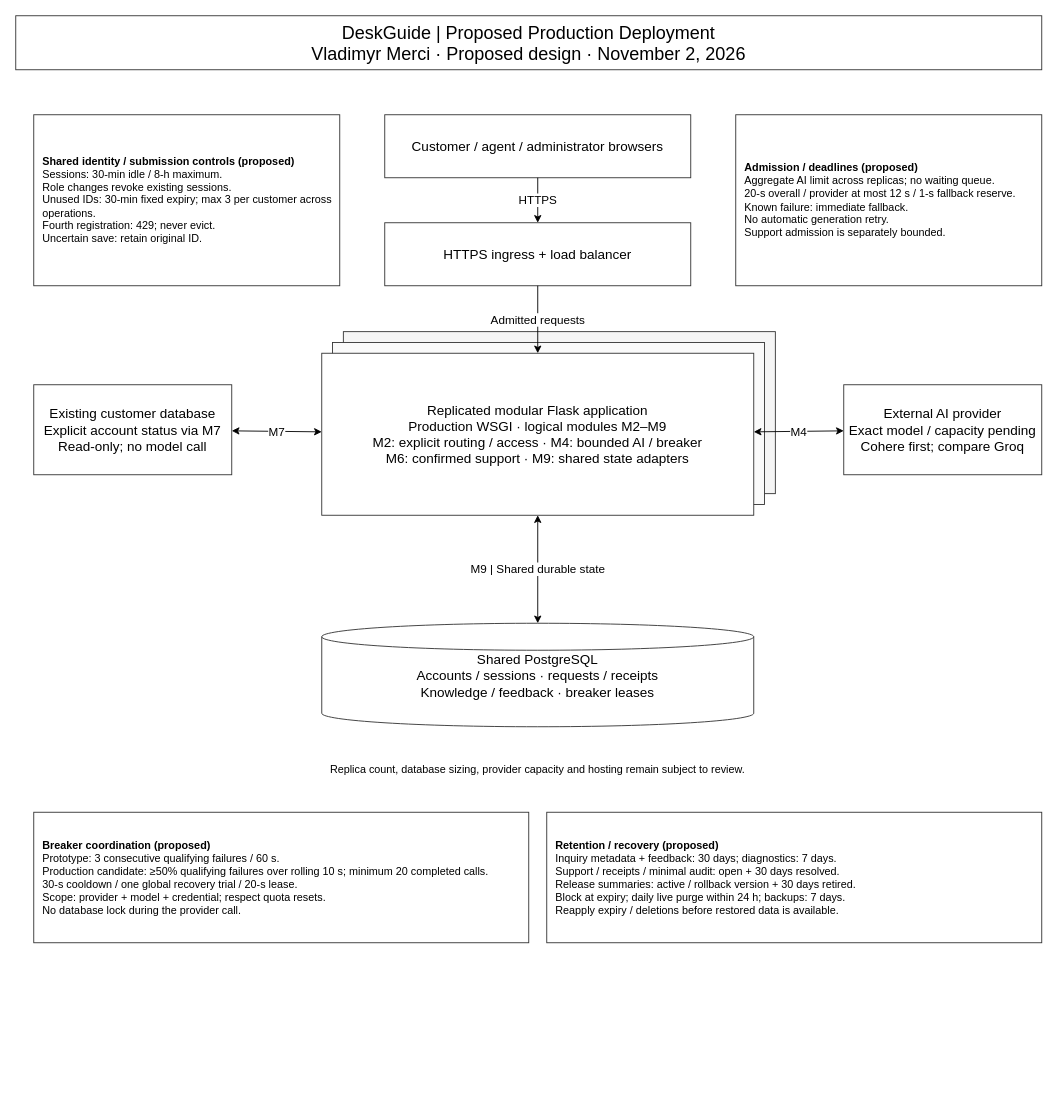
Before: page "Production deployment" (2 of 2) of docs/unit-3/architecture-first-draft/deskguide-unit-3-architecture.drawio in vlad8110/deskguide, a draw.io diagram. Source tidied: cells renumbered, new cells numbered last; positions are measured from the earlier drawing's top-left corner, leaving out a move shared by most shapes. Both pictures are drawn from the tidied source at 90%, with x=0, y=0 at pixel (15, 15).
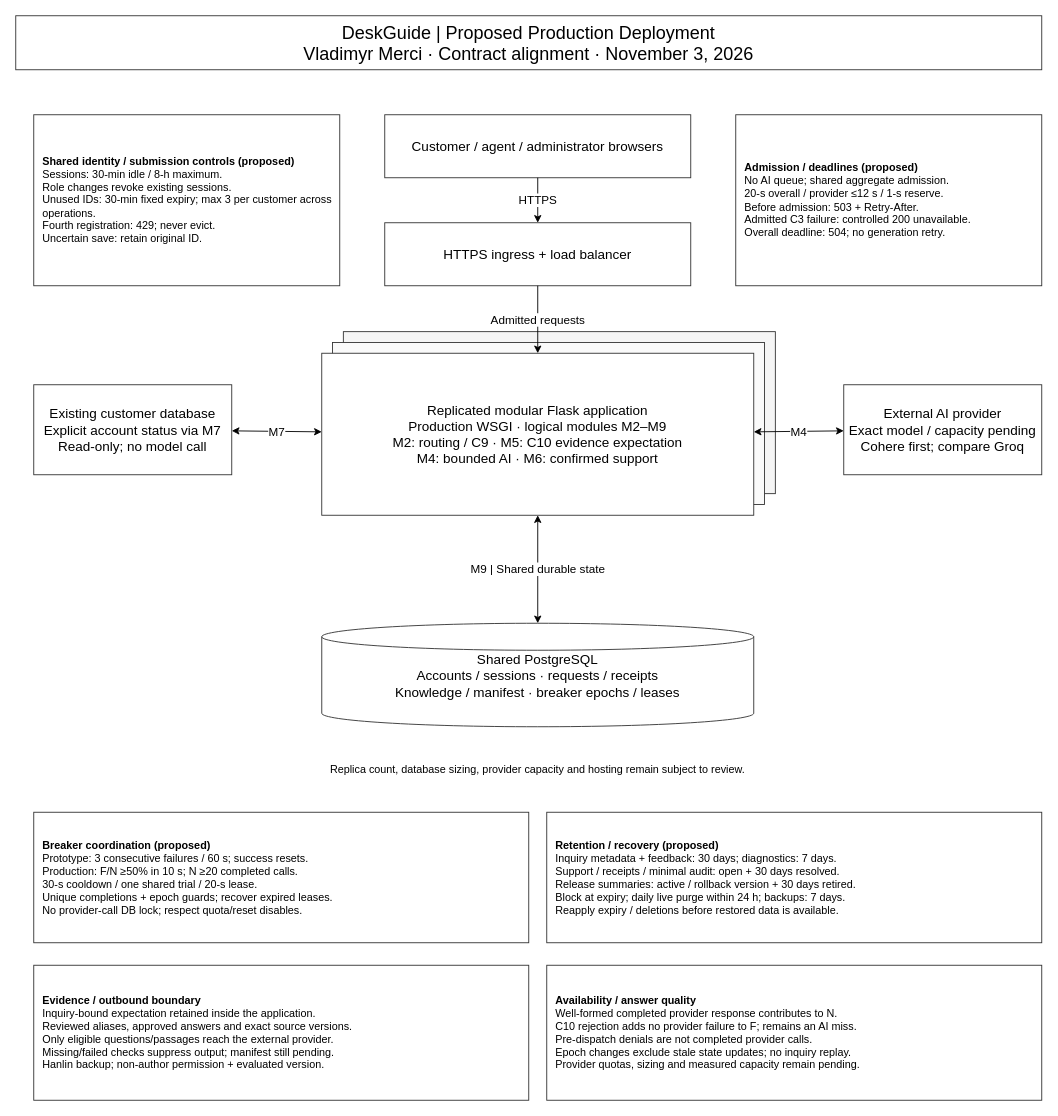
After the change.

Commit message (it also covers changes not shown here):
docs(unit3): align shared diagrams with combined contracts

The edit, as a diff of the source:
```diff
@@
-    <mxCell id="2" value="DeskGuide | Proposed Production Deployment&lt;br&gt;Vladimyr Merci · Proposed design · November 2, 2026" style="rounded=0;whiteSpace=wrap;html=1;fontFamily=Arial;fontSize=15;fontColor=#000000;strokeColor=#333333;fillColor=#FFFFFF;fontSize=20;" parent="1" vertex="1">
+    <mxCell id="2" value="DeskGuide | Proposed Production Deployment&lt;br&gt;Vladimyr Merci · Contract alignment · November 3, 2026" style="rounded=0;whiteSpace=wrap;html=1;fontFamily=Arial;fontSize=15;fontColor=#000000;strokeColor=#333333;fillColor=#FFFFFF;fontSize=20;" parent="1" vertex="1">
       <mxGeometry width="1140" height="60" as="geometry" />
     </mxCell>
@@
-    <mxCell id="7" value="Replicated modular Flask application&lt;br&gt;Production WSGI · logical modules M2–M9&lt;br&gt;M2: explicit routing / access · M4: bounded AI / breaker&lt;br&gt;M6: confirmed support · M9: shared state adapters" style="rounded=0;whiteSpace=wrap;html=1;fontFamily=Arial;fontSize=15;fontColor=#000000;strokeColor=#333333;fillColor=#FFFFFF;" parent="1" vertex="1">
+    <mxCell id="7" value="Replicated modular Flask application&lt;br&gt;Production WSGI · logical modules M2–M9&lt;br&gt;M2: routing / C9 · M5: C10 evidence expectation&lt;br&gt;M4: bounded AI · M6: confirmed support" style="rounded=0;whiteSpace=wrap;html=1;fontFamily=Arial;fontSize=15;fontColor=#000000;strokeColor=#333333;fillColor=#FFFFFF;" parent="1" vertex="1">
       <mxGeometry x="340" y="375" width="480" height="180" as="geometry" />
     </mxCell>
@@
-    <mxCell id="10" value="Shared PostgreSQL&lt;br&gt;Accounts / sessions · requests / receipts&lt;br&gt;Knowledge / feedback · breaker leases" style="rounded=0;whiteSpace=wrap;html=1;fontFamily=Arial;fontSize=15;fontColor=#000000;strokeColor=#333333;fillColor=#FFFFFF;shape=cylinder3;size=15;" parent="1" vertex="1">
+    <mxCell id="10" value="Shared PostgreSQL&lt;br&gt;Accounts / sessions · requests / receipts&lt;br&gt;Knowledge / manifest · breaker epochs / leases" style="rounded=0;whiteSpace=wrap;html=1;fontFamily=Arial;fontSize=15;fontColor=#000000;strokeColor=#333333;fillColor=#FFFFFF;shape=cylinder3;size=15;" parent="1" vertex="1">
       <mxGeometry x="340" y="675" width="480" height="115" as="geometry" />
     </mxCell>
@@
-    <mxCell id="18" value="&lt;b&gt;Admission / deadlines (proposed)&lt;/b&gt;&lt;br&gt;Aggregate AI limit across replicas; no waiting queue.&lt;br&gt;20-s overall / provider at most 12 s / 1-s fallback reserve.&lt;br&gt;Known failure: immediate fallback.&lt;br&gt;No automatic generation retry.&lt;br&gt;Support admission is separately bounded." style="rounded=0;whiteSpace=wrap;html=1;fontFamily=Arial;fontSize=12;fontColor=#000000;strokeColor=#333333;fillColor=#FFFFFF;align=left;verticalAlign=middle;spacing=10;" parent="1" vertex="1">
+    <mxCell id="18" value="&lt;b&gt;Admission / deadlines (proposed)&lt;/b&gt;&lt;br&gt;No AI queue; shared aggregate admission.&lt;br&gt;20-s overall / provider ≤12 s / 1-s reserve.&lt;br&gt;Before admission: 503 + Retry-After.&lt;br&gt;Admitted C3 failure: controlled 200 unavailable.&lt;br&gt;Overall deadline: 504; no generation retry." style="rounded=0;whiteSpace=wrap;html=1;fontFamily=Arial;fontSize=12;fontColor=#000000;strokeColor=#333333;fillColor=#FFFFFF;align=left;verticalAlign=middle;spacing=10;" parent="1" vertex="1">
       <mxGeometry x="800" y="110" width="340" height="190" as="geometry" />
     </mxCell>
-    <mxCell id="19" value="&lt;b&gt;Breaker coordination (proposed)&lt;/b&gt;&lt;br&gt;Prototype: 3 consecutive qualifying failures / 60 s.&lt;br&gt;Production candidate: ≥50% qualifying failures over rolling 10 s; minimum 20 completed calls.&lt;br&gt;30-s cooldown / one global recovery trial / 20-s lease.&lt;br&gt;Scope: provider + model + credential; respect quota resets.&lt;br&gt;No database lock during the provider call." style="rounded=0;whiteSpace=wrap;html=1;fontFamily=Arial;fontSize=12;fontColor=#000000;strokeColor=#333333;fillColor=#FFFFFF;align=left;verticalAlign=middle;spacing=10;" parent="1" vertex="1">
+    <mxCell id="19" value="&lt;b&gt;Breaker coordination (proposed)&lt;/b&gt;&lt;br&gt;Prototype: 3 consecutive failures / 60 s; success resets.&lt;br&gt;Production: F/N ≥50% in 10 s; N ≥20 completed calls.&lt;br&gt;30-s cooldown / one shared trial / 20-s lease.&lt;br&gt;Unique completions + epoch guards; recover expired leases.&lt;br&gt;No provider-call DB lock; respect quota/reset disables." style="rounded=0;whiteSpace=wrap;html=1;fontFamily=Arial;fontSize=12;fontColor=#000000;strokeColor=#333333;fillColor=#FFFFFF;align=left;verticalAlign=middle;spacing=10;" parent="1" vertex="1">
       <mxGeometry x="20" y="885" width="550" height="145" as="geometry" />
     </mxCell>
@@
+    <mxCell id="21" value="&lt;b&gt;Evidence / outbound boundary&lt;/b&gt;&lt;br&gt;Inquiry-bound expectation retained inside the application.&lt;br&gt;Reviewed aliases, approved answers and exact source versions.&lt;br&gt;Only eligible questions/passages reach the external provider.&lt;br&gt;Missing/failed checks suppress output; manifest still pending.&lt;br&gt;Hanlin backup; non-author permission + evaluated version." style="rounded=0;whiteSpace=wrap;html=1;fontFamily=Arial;fontSize=12;fontColor=#000000;strokeColor=#333333;fillColor=#FFFFFF;align=left;verticalAlign=middle;spacing=10;" parent="1" vertex="1">
+      <mxGeometry x="20" y="1055" width="550" height="150" as="geometry" />
+    </mxCell>
+    <mxCell id="22" value="&lt;b&gt;Availability / answer quality&lt;/b&gt;&lt;br&gt;Well-formed completed provider response contributes to N.&lt;br&gt;C10 rejection adds no provider failure to F; remains an AI miss.&lt;br&gt;Pre-dispatch denials are not completed provider calls.&lt;br&gt;Epoch changes exclude stale state updates; no inquiry replay.&lt;br&gt;Provider quotas, sizing and measured capacity remain pending." style="rounded=0;whiteSpace=wrap;html=1;fontFamily=Arial;fontSize=12;fontColor=#000000;strokeColor=#333333;fillColor=#FFFFFF;align=left;verticalAlign=middle;spacing=10;" parent="1" vertex="1">
+      <mxGeometry x="590" y="1055" width="550" height="150" as="geometry" />
+    </mxCell>
```
